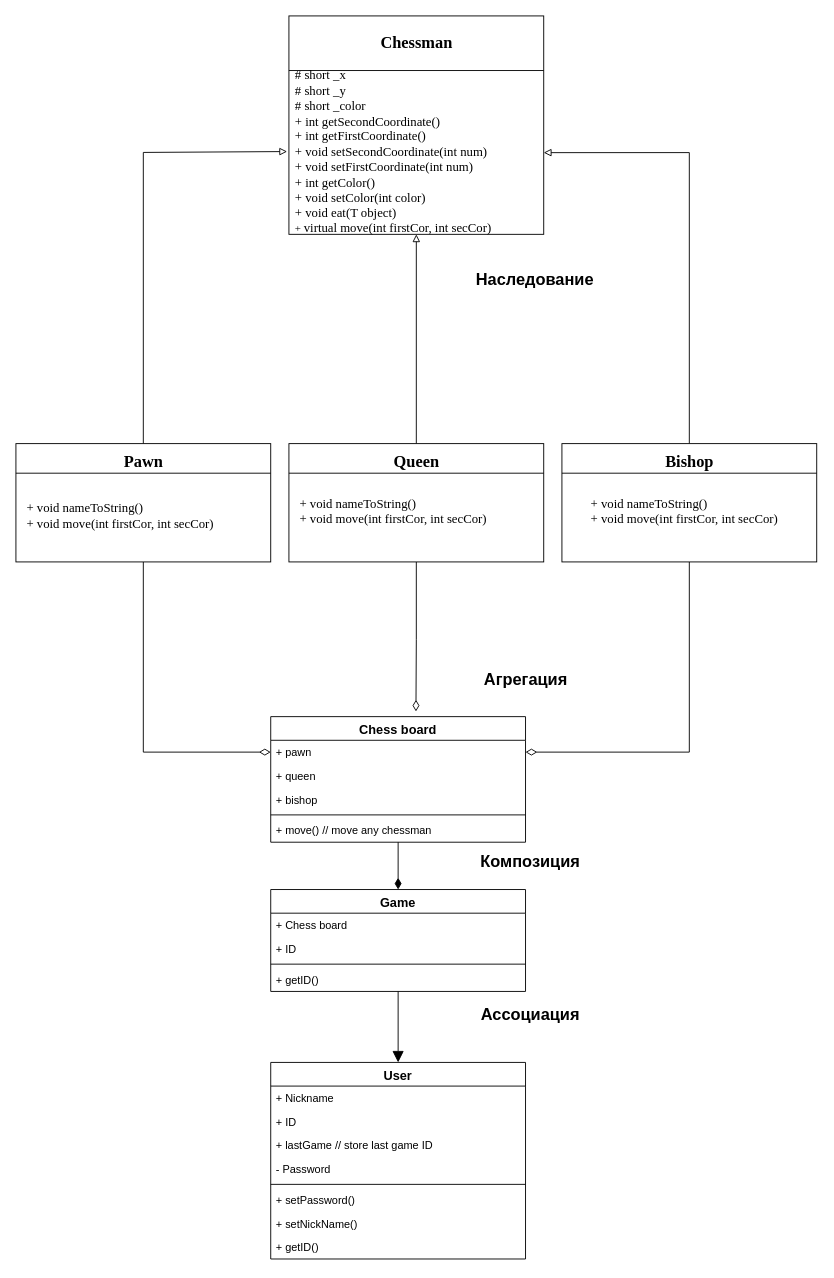
Before: v3.drawio in KartoonYoko/Lab4, a draw.io diagram. Source tidied: cells renumbered, new cells numbered last; positions are measured from the earlier drawing's top-left corner, leaving out a move shared by most shapes. Both pictures are drawn from the tidied source at 91%, with x=0, y=0 at pixel (15, 15).
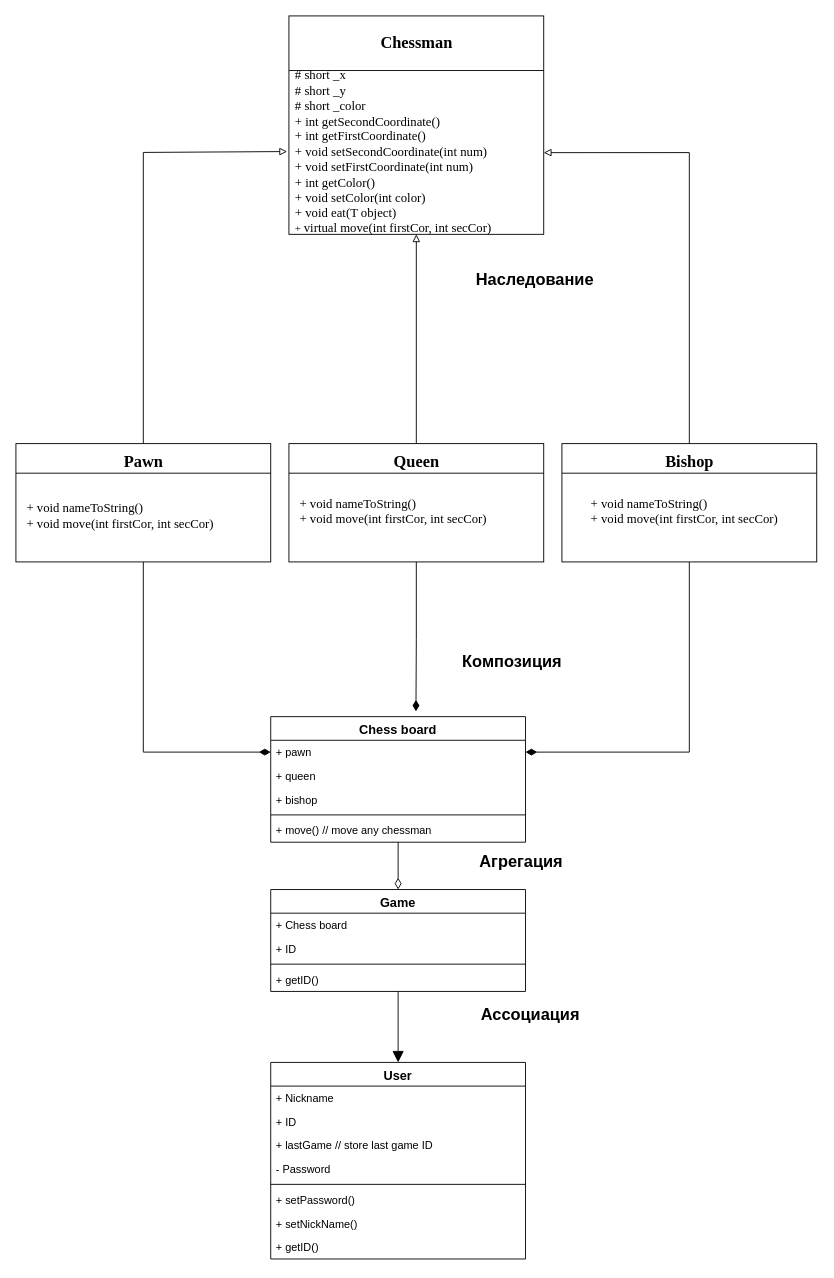
The same page after the edit.

Unchanged cells that the change refers to:
```xml
<mxCell id="4" style="rounded=0;whiteSpace=wrap;html=1;" parent="1" vertex="1">
  <mxGeometry x="300" y="470" width="280" height="130" as="geometry" />
</mxCell>
<mxCell id="8" style="rounded=0;whiteSpace=wrap;html=1;" parent="1" vertex="1">
  <mxGeometry y="470" width="280" height="130" as="geometry" />
</mxCell>
<mxCell id="14" style="rounded=0;whiteSpace=wrap;html=1;" parent="1" vertex="1">
  <mxGeometry x="600" y="470" width="280" height="130" as="geometry" />
</mxCell>
<mxCell id="34" value="Chess board" style="swimlane;fontStyle=1;align=center;verticalAlign=top;horizontal=1;startSize=26;fontSize=14;" parent="1" vertex="1">
  <mxGeometry x="280" y="770" width="280" height="138" as="geometry" />
</mxCell>
<mxCell id="35" value="+ pawn&#10;" style="text;strokeColor=none;fillColor=none;align=left;verticalAlign=top;spacingLeft=4;spacingRight=4;overflow=hidden;points=[[0,0.5],[1,0.5]];portConstraint=eastwest;" parent="34" vertex="1">
  <mxGeometry y="26" width="280" height="26" as="geometry" />
</mxCell>
<mxCell id="43" value="Game" style="swimlane;fontStyle=1;align=center;verticalAlign=top;horizontal=1;startSize=26;fontSize=14;" parent="1" vertex="1">
  <mxGeometry x="280" y="960" width="280" height="112" as="geometry" />
</mxCell>
```

The edit, as a diff of the source:
```diff
@@
-    <mxCell id="3" style="edgeStyle=orthogonalEdgeStyle;rounded=0;jettySize=auto;html=1;fontSize=14;entryX=0.57;entryY=-0.041;entryDx=0;entryDy=0;entryPerimeter=0;endArrow=diamondThin;endFill=0;endSize=10;" parent="1" edge="1" source="4" target="34">
+    <mxCell id="3" style="edgeStyle=orthogonalEdgeStyle;rounded=0;jettySize=auto;html=1;fontSize=14;entryX=0.57;entryY=-0.041;entryDx=0;entryDy=0;entryPerimeter=0;endArrow=diamondThin;endFill=1;endSize=10;" parent="1" edge="1" source="4" target="34">
       <mxGeometry relative="1" as="geometry" />
     </mxCell>
@@
-    <mxCell id="7" style="edgeStyle=orthogonalEdgeStyle;rounded=0;jettySize=auto;html=1;fontSize=14;entryX=0;entryY=0.5;entryDx=0;entryDy=0;endArrow=diamondThin;endFill=0;endSize=10;" parent="1" edge="1" source="8" target="35">
+    <mxCell id="7" style="edgeStyle=orthogonalEdgeStyle;rounded=0;jettySize=auto;html=1;fontSize=14;entryX=0;entryY=0.5;entryDx=0;entryDy=0;endArrow=diamondThin;endFill=1;endSize=10;" parent="1" edge="1" source="8" target="35">
       <mxGeometry relative="1" as="geometry" />
     </mxCell>
@@
-    <mxCell id="13" style="edgeStyle=orthogonalEdgeStyle;rounded=0;jettySize=auto;html=1;fontSize=14;entryX=1;entryY=0.5;entryDx=0;entryDy=0;endArrow=diamondThin;endFill=0;endSize=10;" parent="1" edge="1" source="14" target="35">
+    <mxCell id="13" style="edgeStyle=orthogonalEdgeStyle;rounded=0;jettySize=auto;html=1;fontSize=14;entryX=1;entryY=0.5;entryDx=0;entryDy=0;endArrow=diamondThin;endFill=1;endSize=10;" parent="1" edge="1" source="14" target="35">
       <mxGeometry relative="1" as="geometry" />
     </mxCell>
@@
-    <mxCell id="33" style="edgeStyle=orthogonalEdgeStyle;rounded=0;jettySize=auto;html=1;endArrow=diamondThin;endFill=1;endSize=10;fontSize=14;entryX=0.5;entryY=0;entryDx=0;entryDy=0;" parent="1" edge="1" source="34" target="43">
+    <mxCell id="33" style="edgeStyle=orthogonalEdgeStyle;rounded=0;jettySize=auto;html=1;endArrow=diamondThin;endFill=0;endSize=10;fontSize=14;entryX=0.5;entryY=0;entryDx=0;entryDy=0;" parent="1" edge="1" source="34" target="43">
       <mxGeometry relative="1" as="geometry" />
     </mxCell>
@@
     <mxCell id="40" value="&lt;b&gt;&lt;font style=&quot;font-size: 18px&quot;&gt;Агрегация&lt;/font&gt;&lt;/b&gt;" style="text;html=1;align=center;verticalAlign=middle;fontSize=14;" parent="1" vertex="1">
-      <mxGeometry x="505" y="720" width="110" height="20" as="geometry" />
+      <mxGeometry x="500" y="920" width="110" height="20" as="geometry" />
     </mxCell>
@@
     <mxCell id="48" value="&lt;span style=&quot;font-size: 18px&quot;&gt;&lt;b&gt;Композиция&lt;/b&gt;&lt;/span&gt;" style="text;html=1;align=center;verticalAlign=middle;fontSize=14;" parent="1" vertex="1">
-      <mxGeometry x="505" y="920" width="120" height="20" as="geometry" />
+      <mxGeometry x="485" y="700" width="120" height="20" as="geometry" />
     </mxCell>
```
